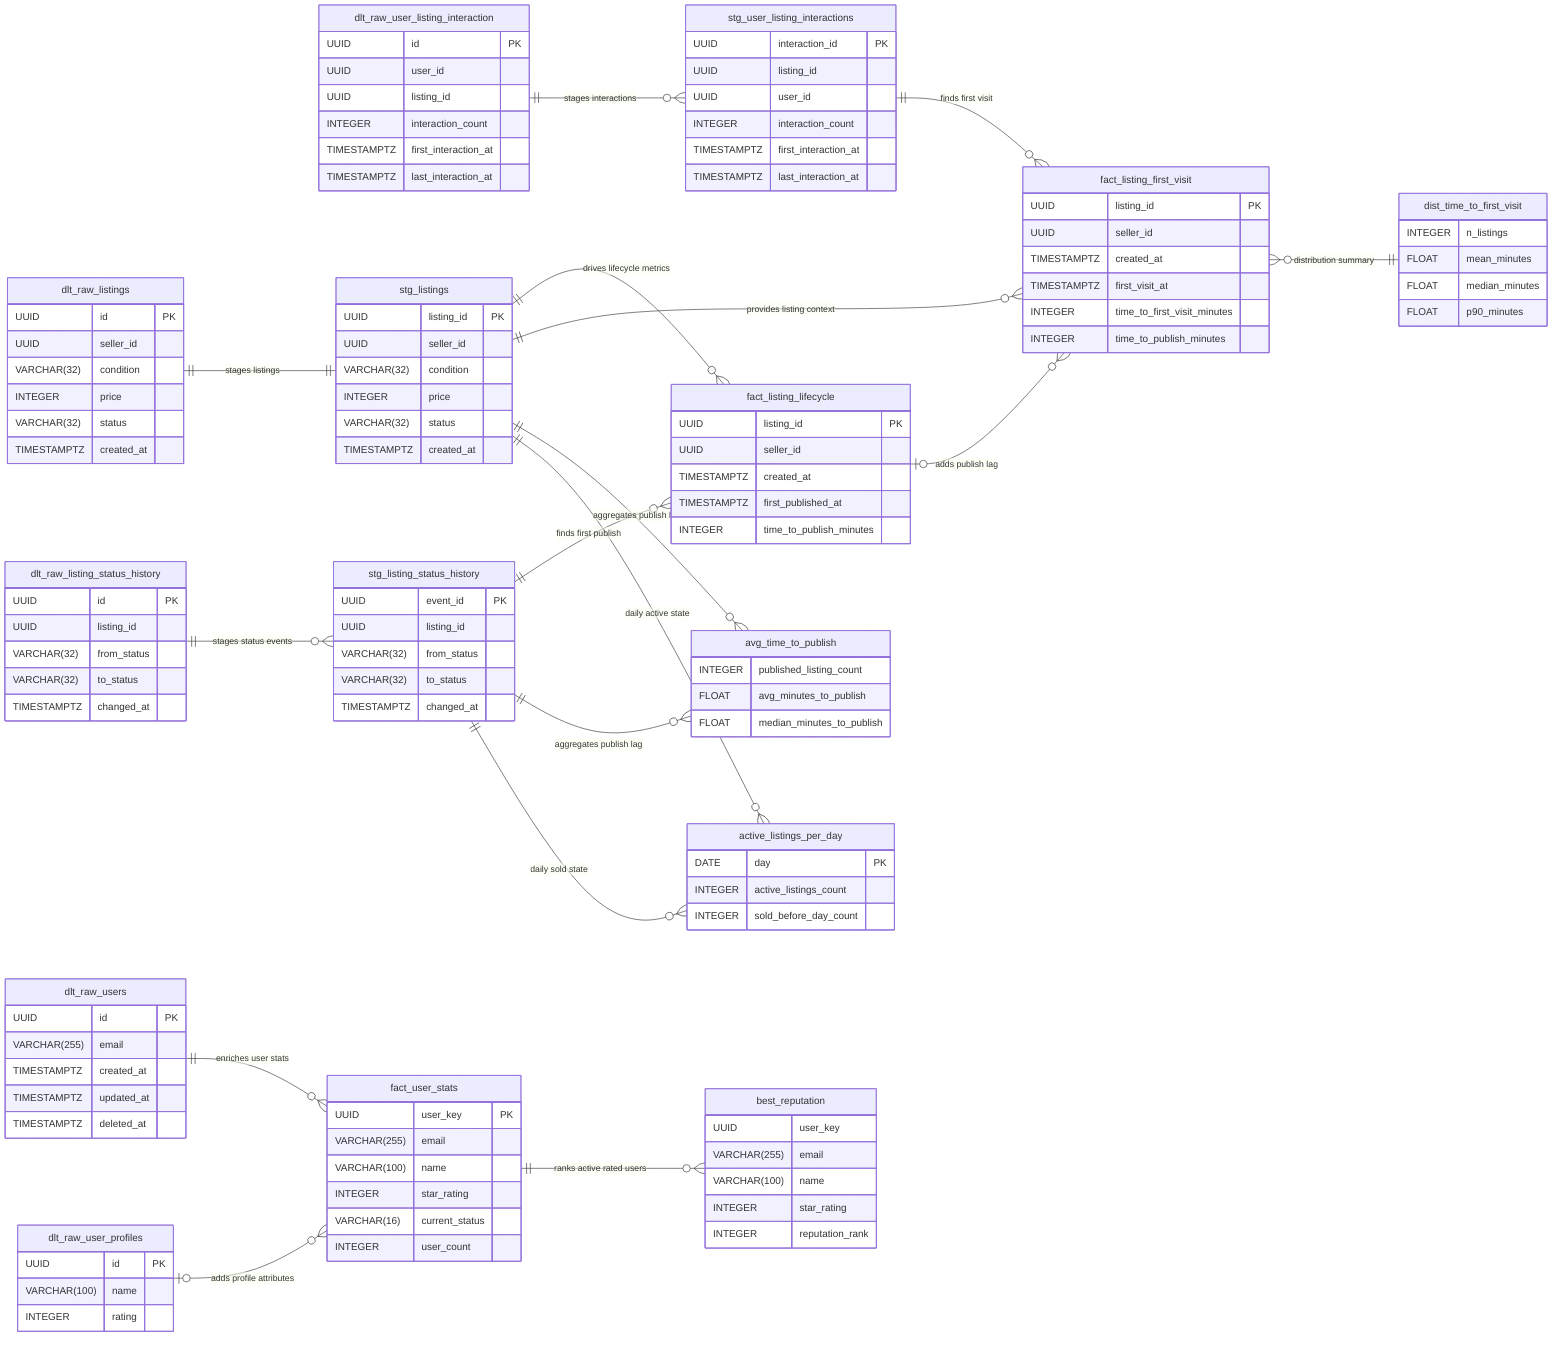
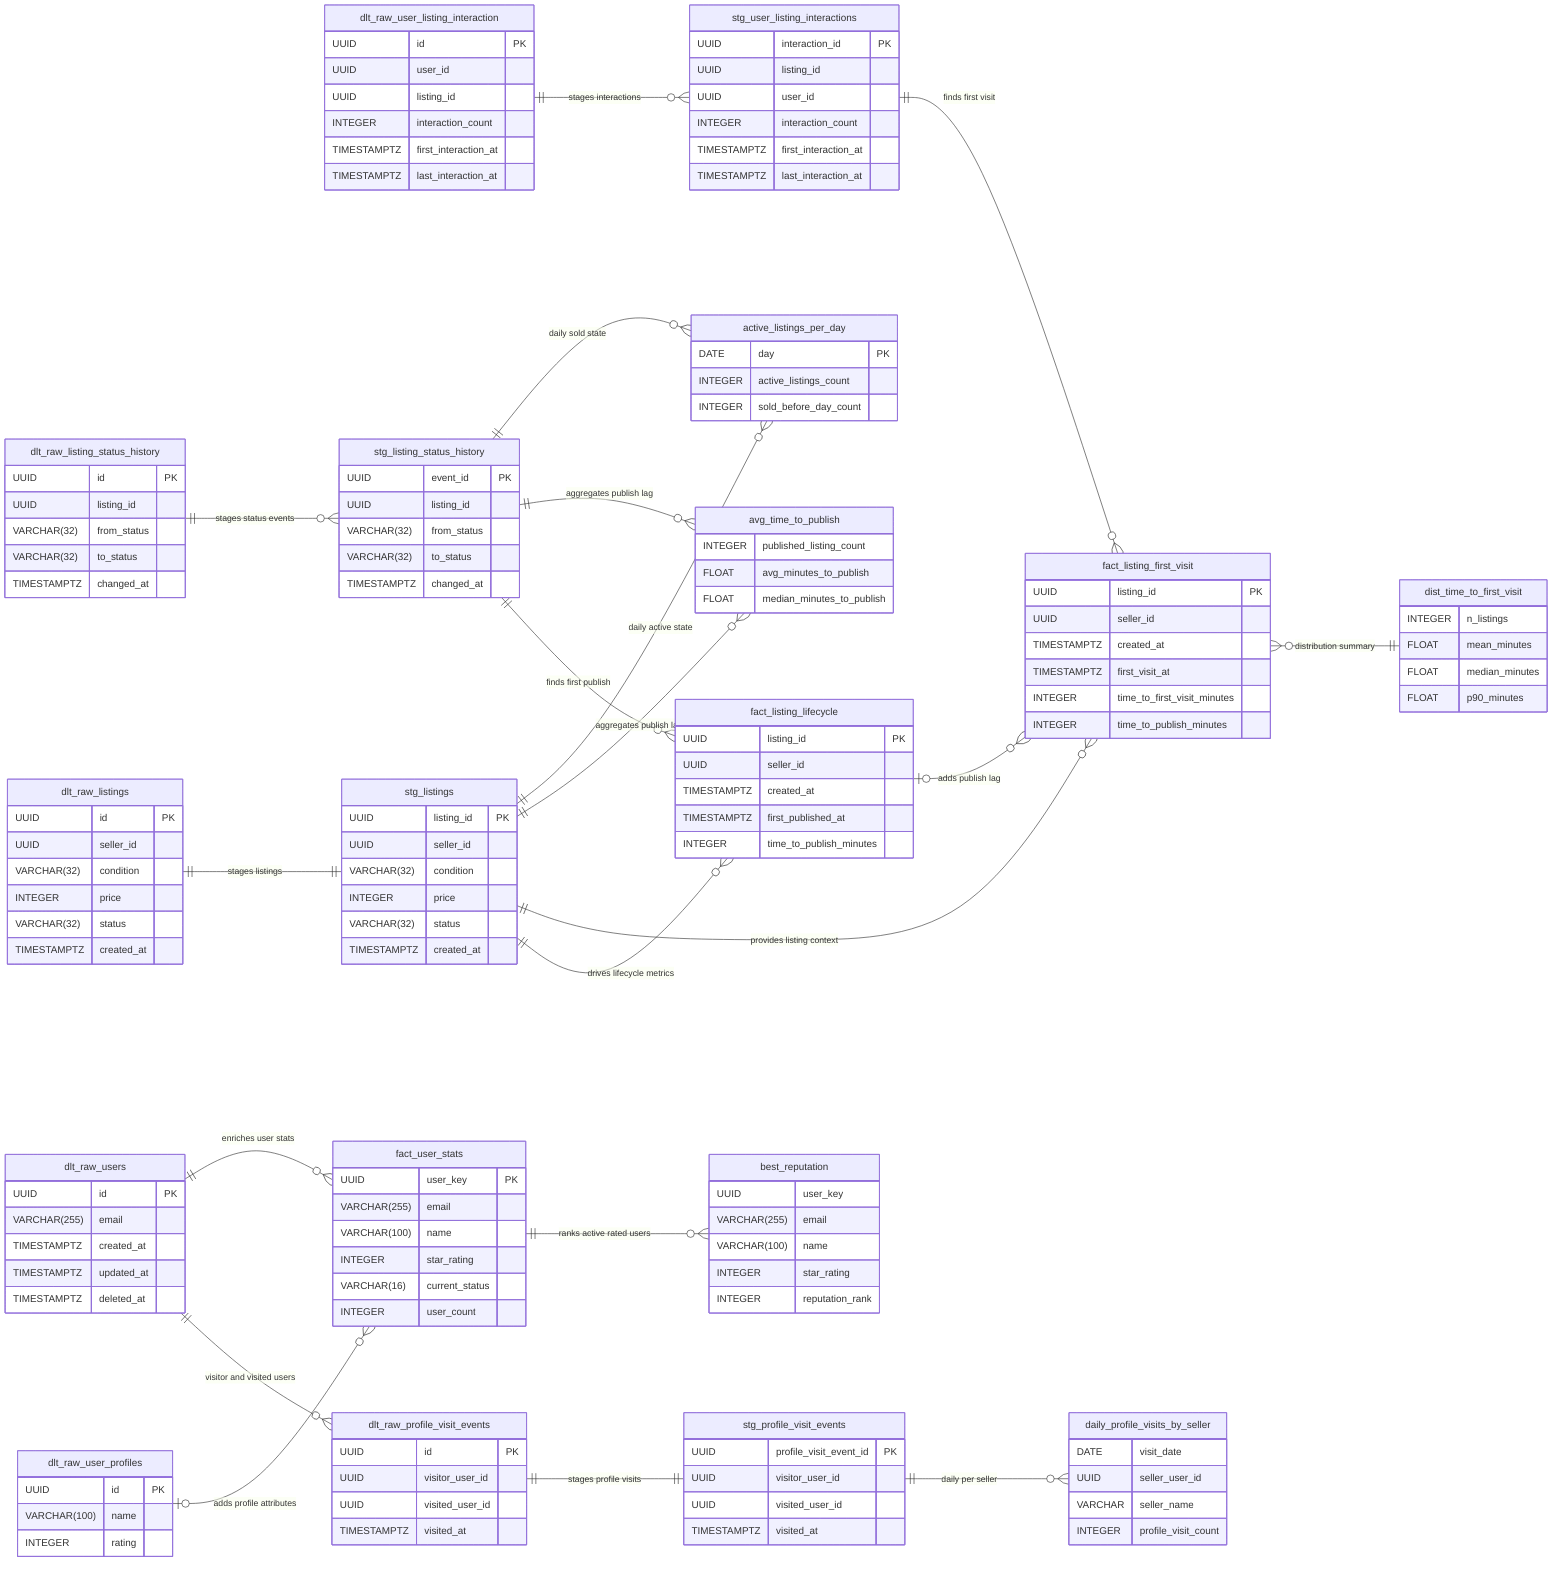
erDiagram
    direction LR

    dlt_raw_users {
        UUID id PK
        VARCHAR(255) email
        TIMESTAMPTZ created_at
        TIMESTAMPTZ updated_at
        TIMESTAMPTZ deleted_at
    }

    dlt_raw_user_profiles {
        UUID id PK
        VARCHAR(100) name
        INTEGER rating
    }

    dlt_raw_listings {
        UUID id PK
        UUID seller_id
        VARCHAR(32) condition
        INTEGER price
        VARCHAR(32) status
        TIMESTAMPTZ created_at
    }

    dlt_raw_listing_status_history {
        UUID id PK
        UUID listing_id
        VARCHAR(32) from_status
        VARCHAR(32) to_status
        TIMESTAMPTZ changed_at
    }

    dlt_raw_user_listing_interaction {
        UUID id PK
        UUID user_id
        UUID listing_id
        INTEGER interaction_count
        TIMESTAMPTZ first_interaction_at
        TIMESTAMPTZ last_interaction_at
+     }
+ 
+     dlt_raw_profile_visit_events {
+         UUID id PK
+         UUID visitor_user_id
+         UUID visited_user_id
+         TIMESTAMPTZ visited_at
+     }
+ 
+     stg_profile_visit_events {
+         UUID profile_visit_event_id PK
+         UUID visitor_user_id
+         UUID visited_user_id
+         TIMESTAMPTZ visited_at
+     }
+ 
+     daily_profile_visits_by_seller {
+         DATE visit_date
+         UUID seller_user_id
+         VARCHAR seller_name
+         INTEGER profile_visit_count
    }

    stg_listings {
        UUID listing_id PK
        UUID seller_id
        VARCHAR(32) condition
        INTEGER price
        VARCHAR(32) status
        TIMESTAMPTZ created_at
    }

    stg_listing_status_history {
        UUID event_id PK
        UUID listing_id
        VARCHAR(32) from_status
        VARCHAR(32) to_status
        TIMESTAMPTZ changed_at
    }

    stg_user_listing_interactions {
        UUID interaction_id PK
        UUID listing_id
        UUID user_id
        INTEGER interaction_count
        TIMESTAMPTZ first_interaction_at
        TIMESTAMPTZ last_interaction_at
    }

    fact_user_stats {
        UUID user_key PK
        VARCHAR(255) email
        VARCHAR(100) name
        INTEGER star_rating
        VARCHAR(16) current_status
        INTEGER user_count
    }

    fact_listing_lifecycle {
        UUID listing_id PK
        UUID seller_id
        TIMESTAMPTZ created_at
        TIMESTAMPTZ first_published_at
        INTEGER time_to_publish_minutes
    }

    fact_listing_first_visit {
        UUID listing_id PK
        UUID seller_id
        TIMESTAMPTZ created_at
        TIMESTAMPTZ first_visit_at
        INTEGER time_to_first_visit_minutes
        INTEGER time_to_publish_minutes
    }

    avg_time_to_publish {
        INTEGER published_listing_count
        FLOAT avg_minutes_to_publish
        FLOAT median_minutes_to_publish
    }

    active_listings_per_day {
        DATE day PK
        INTEGER active_listings_count
        INTEGER sold_before_day_count
    }

    best_reputation {
        UUID user_key
        VARCHAR(255) email
        VARCHAR(100) name
        INTEGER star_rating
        INTEGER reputation_rank
    }

    dist_time_to_first_visit {
        INTEGER n_listings
        FLOAT mean_minutes
        FLOAT median_minutes
        FLOAT p90_minutes
    }

    dlt_raw_listings ||--|| stg_listings : "stages listings"
    dlt_raw_listing_status_history ||--o{ stg_listing_status_history : "stages status events"
    dlt_raw_user_listing_interaction ||--o{ stg_user_listing_interactions : "stages interactions"

+     dlt_raw_profile_visit_events ||--|| stg_profile_visit_events : "stages profile visits"
+     dlt_raw_users ||--o{ dlt_raw_profile_visit_events : "visitor and visited users"
+     stg_profile_visit_events ||--o{ daily_profile_visits_by_seller : "daily per seller"
+ 
    dlt_raw_users ||--o{ fact_user_stats : "enriches user stats"
    dlt_raw_user_profiles |o--o{ fact_user_stats : "adds profile attributes"

    stg_listings ||--o{ fact_listing_lifecycle : "drives lifecycle metrics"
    stg_listing_status_history ||--o{ fact_listing_lifecycle : "finds first publish"

    stg_listings ||--o{ fact_listing_first_visit : "provides listing context"
    stg_user_listing_interactions ||--o{ fact_listing_first_visit : "finds first visit"
    fact_listing_lifecycle |o--o{ fact_listing_first_visit : "adds publish lag"

    stg_listings ||--o{ avg_time_to_publish : "aggregates publish lag"
    stg_listing_status_history ||--o{ avg_time_to_publish : "aggregates publish lag"

    stg_listings ||--o{ active_listings_per_day : "daily active state"
    stg_listing_status_history ||--o{ active_listings_per_day : "daily sold state"

    fact_user_stats ||--o{ best_reputation : "ranks active rated users"
    fact_listing_first_visit }o--|| dist_time_to_first_visit : "distribution summary"
